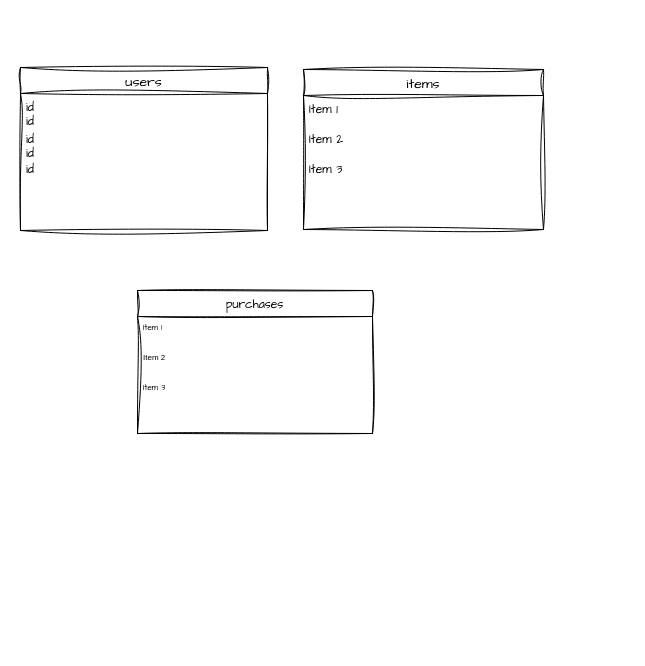
Earlier version of the draw.io diagram ER.dio (k-en7188i/furima-39060). Source tidied: cells renumbered, new cells numbered last; positions are measured from the earlier drawing's top-left corner, leaving out a move shared by most shapes. Both pictures are drawn from the tidied source at 100%, with x=0, y=0 at pixel (20, 67).
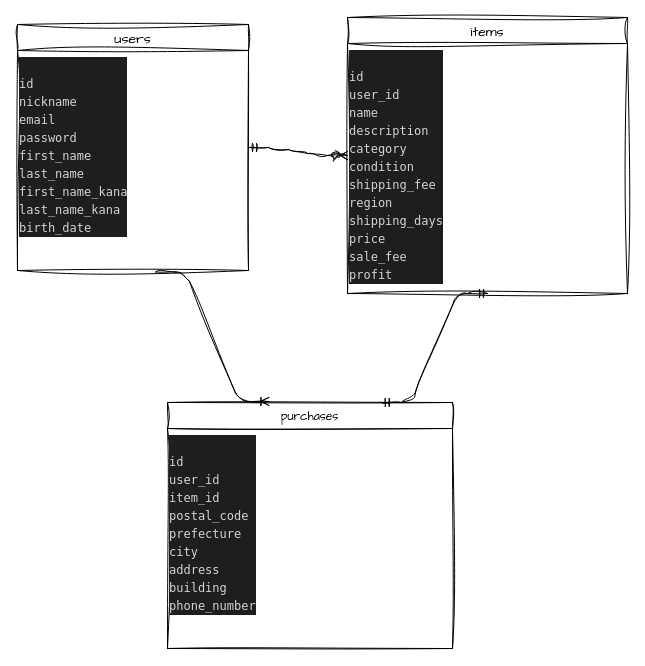
The same diagram, later.

Commit message (it also covers changes not shown here):
データベース設計、ER図作成

Diff of the diagram source:
```diff
@@
 <mxGraphModel>
   <root>
     <mxCell id="0" />
     <mxCell id="1" parent="0" />
     <mxCell id="2" value="users" style="swimlane;fontStyle=0;horizontal=1;startSize=26;align=center;fontSize=14;sketch=1;hachureGap=4;jiggle=2;curveFitting=1;fontFamily=Architects Daughter;" parent="1" vertex="1">
-      <mxGeometry width="247" height="163" as="geometry" />
+      <mxGeometry x="-3" y="-43" width="231" height="246" as="geometry" />
     </mxCell>
-    <mxCell id="3" value="id&#10;id&#10;" style="text;strokeColor=none;fillColor=none;spacingLeft=4;spacingRight=4;overflow=hidden;fontSize=12;sketch=1;hachureGap=4;jiggle=2;curveFitting=1;fontFamily=Architects Daughter;" parent="2" vertex="1">
-      <mxGeometry y="26" width="247" height="32" as="geometry" />
-    </mxCell>
-    <mxCell id="4" value="id&#10;id&#10;" style="text;strokeColor=none;fillColor=none;spacingLeft=4;spacingRight=4;overflow=hidden;fontSize=12;sketch=1;hachureGap=4;jiggle=2;curveFitting=1;fontFamily=Architects Daughter;" parent="2" vertex="1">
-      <mxGeometry y="58" width="247" height="30" as="geometry" />
-    </mxCell>
-    <mxCell id="5" value="id&#10;" style="text;strokeColor=none;fillColor=none;spacingLeft=4;spacingRight=4;overflow=hidden;fontSize=12;sketch=1;hachureGap=4;jiggle=2;curveFitting=1;fontFamily=Architects Daughter;" parent="2" vertex="1">
-      <mxGeometry y="88" width="247" height="75" as="geometry" />
-    </mxCell>
+    <mxCell id="14" value="&lt;div style=&quot;color: rgb(212, 212, 212); background-color: rgb(30, 30, 30); font-family: Menlo, Monaco, &amp;quot;Courier New&amp;quot;, monospace; font-weight: normal; font-size: 12px; line-height: 18px;&quot;&gt;&lt;div&gt;&lt;br&gt;&lt;/div&gt;&lt;div&gt;&lt;span style=&quot;color: #d4d4d4;&quot;&gt;id&lt;/span&gt;&lt;/div&gt;&lt;div&gt;&lt;span style=&quot;color: #d4d4d4;&quot;&gt;nickname&lt;/span&gt;&lt;/div&gt;&lt;div&gt;&lt;span style=&quot;color: #d4d4d4;&quot;&gt;email&lt;/span&gt;&lt;/div&gt;&lt;div&gt;&lt;span style=&quot;color: #d4d4d4;&quot;&gt;password&lt;/span&gt;&lt;/div&gt;&lt;div&gt;&lt;span style=&quot;color: #d4d4d4;&quot;&gt;first_name&lt;/span&gt;&lt;/div&gt;&lt;div&gt;&lt;span style=&quot;color: #d4d4d4;&quot;&gt;last_name&lt;/span&gt;&lt;/div&gt;&lt;div&gt;&lt;span style=&quot;color: #d4d4d4;&quot;&gt;first_name_kana&lt;/span&gt;&lt;/div&gt;&lt;div&gt;last_name_kana&lt;/div&gt;&lt;div&gt;&lt;span style=&quot;color: #d4d4d4;&quot;&gt;birth_date&amp;nbsp;&lt;/span&gt;&lt;/div&gt;&lt;/div&gt;" style="text;whiteSpace=wrap;html=1;fontSize=6;fontFamily=Architects Daughter;" parent="2" vertex="1">
+      <mxGeometry y="26" width="231" height="220" as="geometry" />
+    </mxCell>
     <mxCell id="6" value="items" style="swimlane;fontStyle=0;horizontal=1;startSize=26;align=center;fontSize=14;sketch=1;hachureGap=4;jiggle=2;curveFitting=1;fontFamily=Architects Daughter;" parent="1" vertex="1">
-      <mxGeometry x="283" y="2" width="240" height="160" as="geometry" />
+      <mxGeometry x="327" y="-50" width="280" height="276" as="geometry" />
     </mxCell>
-    <mxCell id="7" value="Item 1" style="text;strokeColor=none;fillColor=none;spacingLeft=4;spacingRight=4;overflow=hidden;fontSize=12;sketch=1;hachureGap=4;jiggle=2;curveFitting=1;fontFamily=Architects Daughter;" parent="6" vertex="1">
-      <mxGeometry y="26" width="240" height="30" as="geometry" />
-    </mxCell>
-    <mxCell id="8" value="Item 2" style="text;strokeColor=none;fillColor=none;spacingLeft=4;spacingRight=4;overflow=hidden;fontSize=12;sketch=1;hachureGap=4;jiggle=2;curveFitting=1;fontFamily=Architects Daughter;" parent="6" vertex="1">
-      <mxGeometry y="56" width="240" height="30" as="geometry" />
-    </mxCell>
-    <mxCell id="9" value="Item 3" style="text;strokeColor=none;fillColor=none;spacingLeft=4;spacingRight=4;overflow=hidden;fontSize=12;sketch=1;hachureGap=4;jiggle=2;curveFitting=1;fontFamily=Architects Daughter;" parent="6" vertex="1">
-      <mxGeometry y="86" width="240" height="74" as="geometry" />
-    </mxCell>
+    <mxCell id="15" value="&lt;div style=&quot;color: rgb(212, 212, 212); background-color: rgb(30, 30, 30); font-family: Menlo, Monaco, &amp;quot;Courier New&amp;quot;, monospace; font-weight: normal; font-size: 12px; line-height: 18px;&quot;&gt;&lt;div&gt;&lt;br&gt;&lt;/div&gt;&lt;div&gt;&lt;span style=&quot;color: #d4d4d4;&quot;&gt;id&amp;nbsp;&lt;/span&gt;&lt;/div&gt;&lt;div&gt;&lt;span style=&quot;color: #d4d4d4;&quot;&gt;user_id&lt;/span&gt;&lt;/div&gt;&lt;div&gt;&lt;span style=&quot;color: #d4d4d4;&quot;&gt;name&amp;nbsp;&lt;/span&gt;&lt;/div&gt;&lt;div&gt;description&amp;nbsp;&lt;/div&gt;&lt;div&gt;&lt;span style=&quot;color: #d4d4d4;&quot;&gt;category&amp;nbsp;&lt;/span&gt;&lt;/div&gt;&lt;div&gt;&lt;span style=&quot;color: #d4d4d4;&quot;&gt;condition&amp;nbsp;&lt;/span&gt;&lt;/div&gt;&lt;div&gt;&lt;span style=&quot;color: #d4d4d4;&quot;&gt;shipping_fee&lt;/span&gt;&lt;/div&gt;&lt;div&gt;&lt;span style=&quot;color: #d4d4d4;&quot;&gt;region&lt;/span&gt;&lt;/div&gt;&lt;div&gt;&lt;span style=&quot;color: #d4d4d4;&quot;&gt;shipping_days&lt;/span&gt;&lt;/div&gt;&lt;div&gt;&lt;span style=&quot;color: #d4d4d4;&quot;&gt;price&lt;/span&gt;&lt;/div&gt;&lt;div&gt;&lt;span style=&quot;color: #d4d4d4;&quot;&gt;sale_fee&lt;/span&gt;&lt;/div&gt;&lt;div&gt;&lt;span style=&quot;color: #d4d4d4;&quot;&gt;profit&lt;/span&gt;&lt;/div&gt;&lt;/div&gt;" style="text;whiteSpace=wrap;html=1;fontSize=6;fontFamily=Architects Daughter;" parent="6" vertex="1">
+      <mxGeometry y="26" width="280" height="250" as="geometry" />
+    </mxCell>
     <mxCell id="10" value="purchases" style="swimlane;fontStyle=0;horizontal=1;startSize=26;align=center;fontSize=12;sketch=1;hachureGap=4;jiggle=2;curveFitting=1;fontFamily=Architects Daughter;" parent="1" vertex="1">
-      <mxGeometry x="117" y="223" width="235" height="143" as="geometry" />
+      <mxGeometry x="147" y="335" width="285" height="246" as="geometry" />
     </mxCell>
-    <mxCell id="11" value="Item 1" style="text;strokeColor=none;fillColor=none;spacingLeft=4;spacingRight=4;overflow=hidden;fontSize=8;sketch=1;hachureGap=4;jiggle=2;curveFitting=1;fontFamily=Architects Daughter;" parent="10" vertex="1">
-      <mxGeometry y="26" width="235" height="30" as="geometry" />
-    </mxCell>
-    <mxCell id="12" value="Item 2" style="text;strokeColor=none;fillColor=none;spacingLeft=4;spacingRight=0;overflow=hidden;fontSize=8;sketch=1;hachureGap=4;jiggle=2;curveFitting=1;fontFamily=Helvetica;" parent="10" vertex="1">
-      <mxGeometry y="56" width="235" height="30" as="geometry" />
-    </mxCell>
-    <mxCell id="13" value="Item 3" style="text;strokeColor=none;fillColor=none;spacingLeft=4;spacingRight=4;overflow=hidden;fontSize=8;sketch=1;hachureGap=4;jiggle=2;curveFitting=1;fontFamily=Architects Daughter;strokeWidth=2;verticalAlign=top;" parent="10" vertex="1">
-      <mxGeometry y="86" width="235" height="57" as="geometry" />
-    </mxCell>
+    <mxCell id="16" value="&lt;div style=&quot;color: rgb(212, 212, 212); background-color: rgb(30, 30, 30); font-family: Menlo, Monaco, &amp;quot;Courier New&amp;quot;, monospace; font-weight: normal; font-size: 12px; line-height: 18px;&quot;&gt;&lt;div&gt;&lt;br&gt;&lt;/div&gt;&lt;div&gt;&lt;span style=&quot;color: #d4d4d4;&quot;&gt;id&lt;/span&gt;&lt;/div&gt;&lt;div&gt;&lt;span style=&quot;color: #d4d4d4;&quot;&gt;user_id&lt;/span&gt;&lt;/div&gt;&lt;div&gt;&lt;span style=&quot;color: #d4d4d4;&quot;&gt;item_id&lt;/span&gt;&lt;/div&gt;&lt;div&gt;&lt;span style=&quot;color: #d4d4d4;&quot;&gt;postal_code&lt;/span&gt;&lt;/div&gt;&lt;div&gt;&lt;span style=&quot;color: #d4d4d4;&quot;&gt;prefecture&lt;/span&gt;&lt;/div&gt;&lt;div&gt;&lt;span style=&quot;color: #d4d4d4;&quot;&gt;city&lt;/span&gt;&lt;/div&gt;&lt;div&gt;&lt;span style=&quot;color: #d4d4d4;&quot;&gt;address&lt;/span&gt;&lt;/div&gt;&lt;div&gt;&lt;span style=&quot;color: #d4d4d4;&quot;&gt;building&lt;/span&gt;&lt;/div&gt;&lt;div&gt;&lt;span style=&quot;color: #d4d4d4;&quot;&gt;phone_number&lt;/span&gt;&lt;/div&gt;&lt;/div&gt;" style="text;whiteSpace=wrap;html=1;fontSize=6;fontFamily=Architects Daughter;" parent="10" vertex="1">
+      <mxGeometry y="26" width="285" height="220" as="geometry" />
+    </mxCell>
+    <mxCell id="17" style="edgeStyle=entityRelationEdgeStyle;fontSize=12;html=1;endArrow=ERzeroToMany;startArrow=ERmandOne;sketch=1;hachureGap=4;jiggle=2;curveFitting=1;fontFamily=Architects Daughter;exitX=1;exitY=0.5;exitDx=0;exitDy=0;entryX=0;entryY=0.5;entryDx=0;entryDy=0;" parent="1" edge="1" source="2" target="6">
+      <mxGeometry relative="1" as="geometry" />
+    </mxCell>
+    <mxCell id="18" style="edgeStyle=entityRelationEdgeStyle;fontSize=12;html=1;endArrow=ERoneToMany;sketch=1;hachureGap=4;jiggle=2;curveFitting=1;fontFamily=Architects Daughter;exitX=0.598;exitY=1.007;exitDx=0;exitDy=0;exitPerimeter=0;entryX=0.356;entryY=-0.004;entryDx=0;entryDy=0;entryPerimeter=0;" parent="1" edge="1" source="14" target="10">
+      <mxGeometry relative="1" as="geometry" />
+    </mxCell>
+    <mxCell id="19" style="edgeStyle=entityRelationEdgeStyle;fontSize=12;html=1;endArrow=ERmandOne;startArrow=ERmandOne;sketch=1;hachureGap=4;jiggle=2;curveFitting=1;fontFamily=Architects Daughter;exitX=0.75;exitY=0;exitDx=0;exitDy=0;entryX=0.5;entryY=1;entryDx=0;entryDy=0;" parent="1" edge="1" source="10" target="6">
+      <mxGeometry relative="1" as="geometry" />
+    </mxCell>
   </root>
 </mxGraphModel>
```
